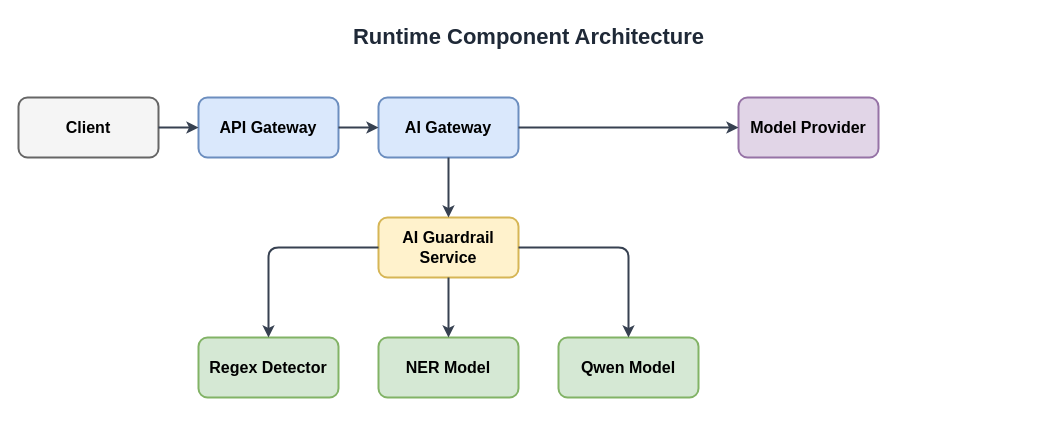
The draw.io diagram docs/architecture/runtime-component-architecture.drawio in gjnzsu/ai-gateway-service, before the edit. Source tidied: cells renumbered, new cells numbered last; positions are measured from the earlier drawing's top-left corner, leaving out a move shared by most shapes. Both pictures are drawn from the tidied source at 100%, with x=0, y=0 at pixel (18, 17).
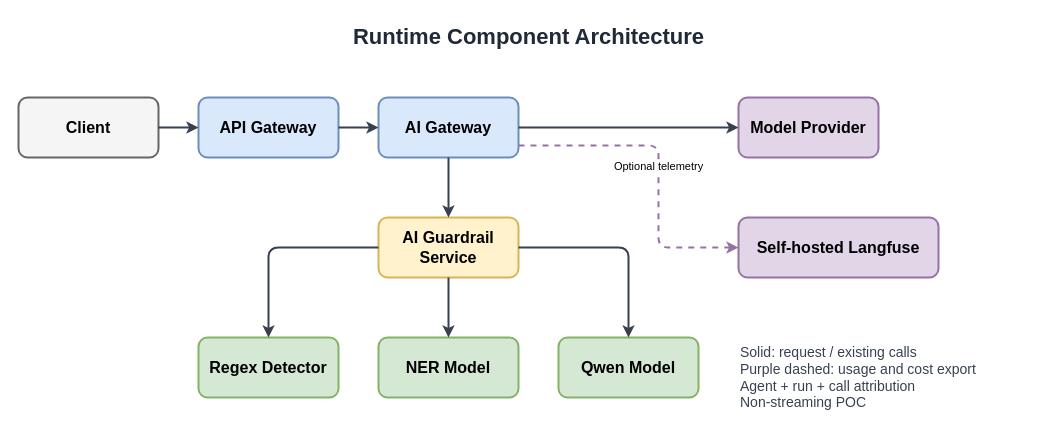
Above is the later version.

The change refers to these unchanged cells:
```xml
<mxCell id="5" value="AI Gateway" style="rounded=1;whiteSpace=wrap;html=1;align=center;verticalAlign=middle;fontSize=16;fontStyle=1;fillColor=#dae8fc;strokeColor=#6c8ebf;strokeWidth=2;" parent="1" vertex="1">
  <mxGeometry x="360" y="80" width="140" height="60" as="geometry" />
</mxCell>
```

What changed in the source:
```diff
@@
+    <mxCell id="18" value="Self-hosted Langfuse" style="rounded=1;whiteSpace=wrap;html=1;align=center;verticalAlign=middle;fontSize=16;fontStyle=1;fillColor=#e1d5e7;strokeColor=#9673a6;strokeWidth=2;" parent="1" vertex="1">
+      <mxGeometry x="720" y="200" width="200" height="60" as="geometry" />
+    </mxCell>
+    <mxCell id="19" value="Optional telemetry" style="edgeStyle=orthogonalEdgeStyle;rounded=1;html=1;strokeColor=#9673a6;dashed=1;strokeWidth=2;endArrow=classic;endFill=1;exitX=1;exitY=0.8;entryX=0;entryY=0.5;" parent="1" edge="1" source="5" target="18">
+      <mxGeometry relative="1" as="geometry">
+        <Array as="points">
+          <mxPoint x="640" y="128" />
+          <mxPoint x="640" y="230" />
+        </Array>
+      </mxGeometry>
+    </mxCell>
+    <mxCell id="20" value="Solid: request / existing calls&#10;Purple dashed: usage and cost export&#10;Agent + run + call attribution&#10;Non-streaming POC" style="text;whiteSpace=wrap;html=0;align=left;verticalAlign=middle;fontSize=14;fontColor=#374151;" parent="1" vertex="1">
+      <mxGeometry x="720" y="310" width="300" height="100" as="geometry" />
+    </mxCell>
```
